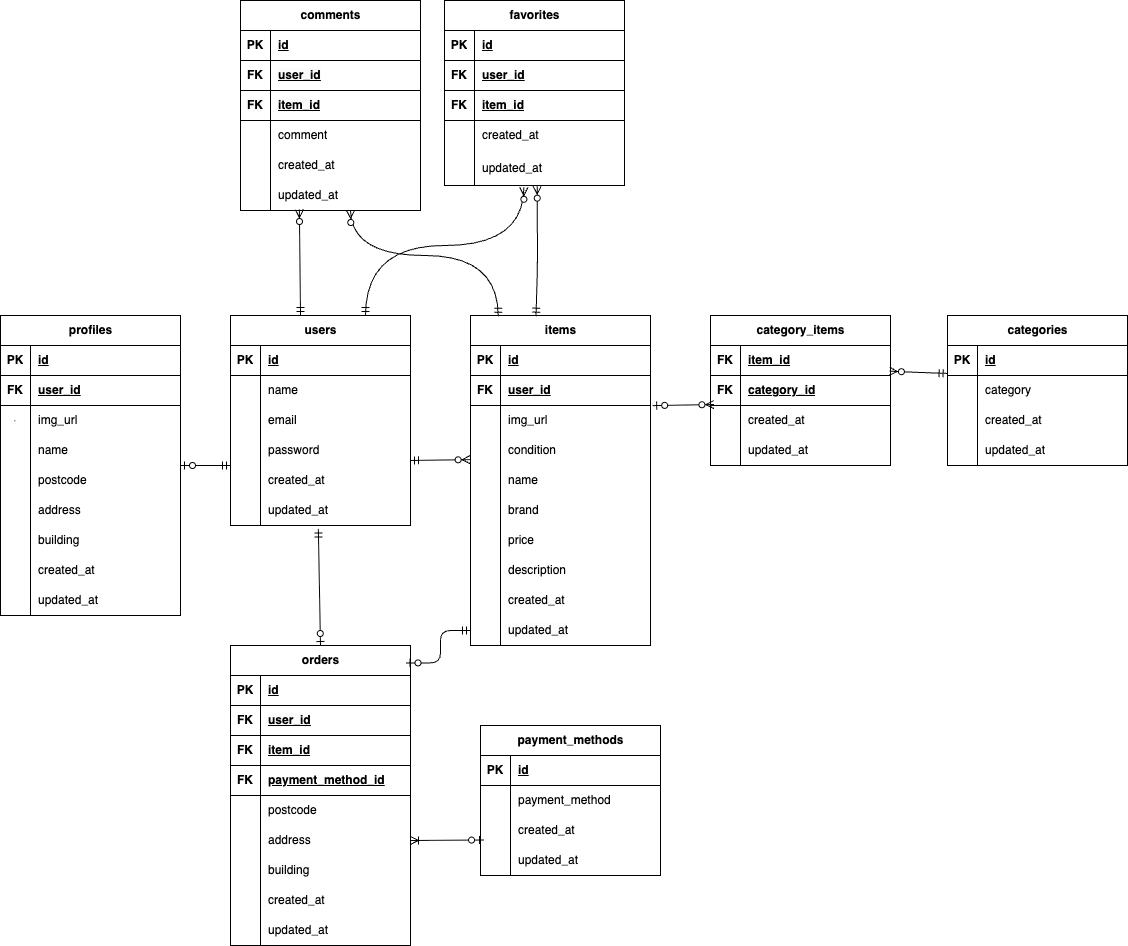
Above: market.drawio.png in irokiyo/market-form (draw.io), before the change. Source tidied: cells renumbered, new cells last; positions are measured from the earlier drawing's top-left corner, leaving out a move shared by most shapes.
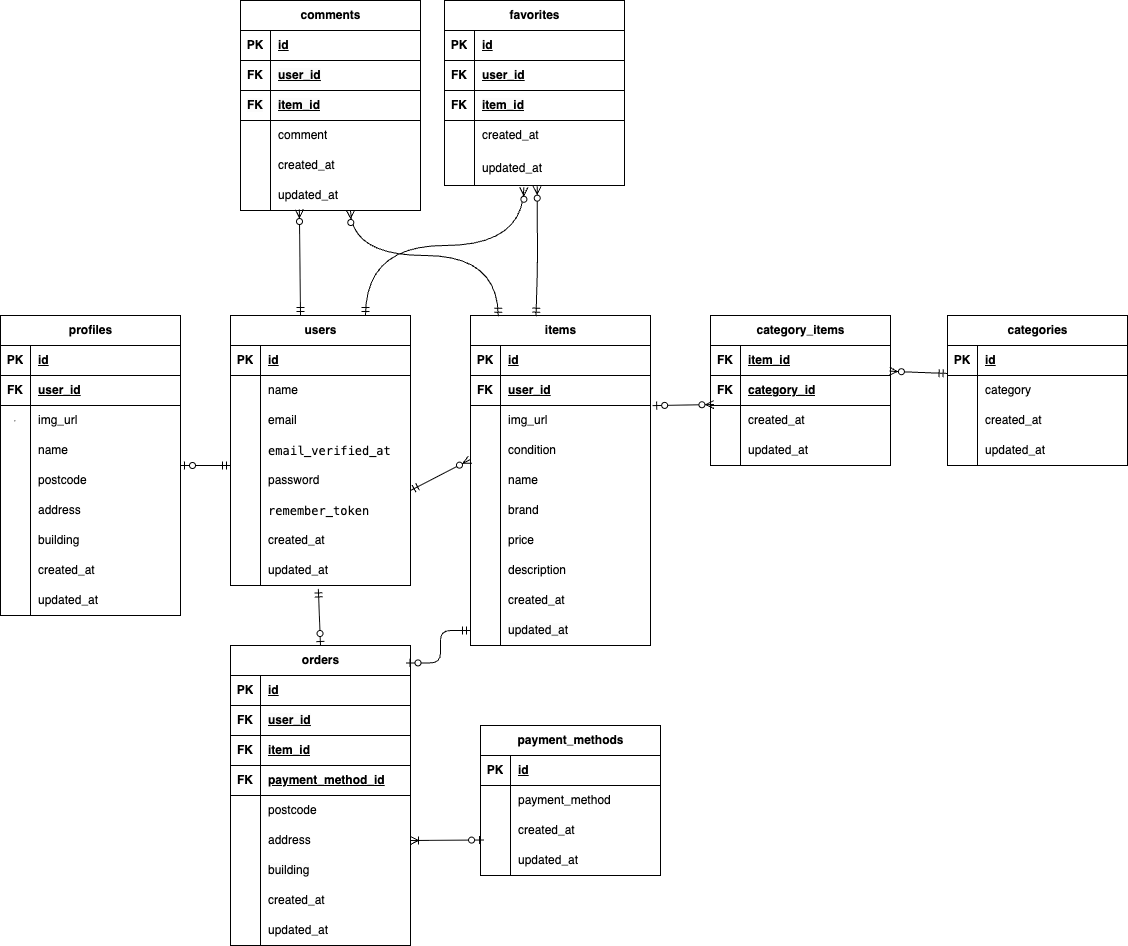
Later version of the same file.

What changed in the source:
```diff
@@ -87,7 +87,7 @@
       <mxGeometry x="30" width="150" height="30" as="geometry" />
     </mxCell>
     <mxCell id="30" value="users" style="shape=table;startSize=30;rowLines=0;fontStyle=1;align=center;html=1;" parent="1" vertex="1">
-      <mxGeometry x="230" y="315" width="180" height="210" as="geometry" />
+      <mxGeometry x="230" y="315" width="180" height="270" as="geometry" />
     </mxCell>
     <mxCell id="31" style="shape=tableRow;horizontal=0;startSize=0;swimlaneHead=0;swimlaneBody=0;fillColor=none;top=0;left=0;right=0;bottom=1;" parent="30" vertex="1">
       <mxGeometry y="30" width="180" height="30" as="geometry" />
@@ -116,8 +116,17 @@
     <mxCell id="39" value="email" style="shape=partialRectangle;fillColor=none;top=0;left=0;bottom=0;right=0;align=left;spacingLeft=6;overflow=hidden;whiteSpace=wrap;html=1;" parent="37" vertex="1">
       <mxGeometry x="30" width="150" height="30" as="geometry" />
     </mxCell>
+    <mxCell id="193" style="shape=tableRow;horizontal=0;startSize=0;swimlaneHead=0;swimlaneBody=0;fillColor=none;top=0;left=0;right=0;bottom=0;" parent="30" vertex="1">
+      <mxGeometry y="120" width="180" height="30" as="geometry" />
+    </mxCell>
+    <mxCell id="194" style="shape=partialRectangle;fillColor=none;top=0;left=0;bottom=0;right=0;overflow=hidden;whiteSpace=wrap;html=1;" parent="193" vertex="1">
+      <mxGeometry width="30" height="30" as="geometry" />
+    </mxCell>
+    <mxCell id="195" value="&lt;div style=&quot;background-color: rgb(255, 255, 255); font-family: Menlo, Monaco, &amp;quot;Courier New&amp;quot;, monospace; line-height: 18px; white-space: pre;&quot;&gt;&lt;span&gt;&lt;font style=&quot;color: rgb(0, 0, 0);&quot;&gt;email_verified_at&lt;/font&gt;&lt;/span&gt;&lt;/div&gt;" style="shape=partialRectangle;fillColor=none;top=0;left=0;bottom=0;right=0;align=left;spacingLeft=6;overflow=hidden;whiteSpace=wrap;html=1;" parent="193" vertex="1">
+      <mxGeometry x="30" width="150" height="30" as="geometry" />
+    </mxCell>
     <mxCell id="40" style="shape=tableRow;horizontal=0;startSize=0;swimlaneHead=0;swimlaneBody=0;fillColor=none;points=[[0,0.5],[1,0.5]];portConstraint=eastwest;top=0;left=0;right=0;bottom=0;" parent="30" vertex="1">
-      <mxGeometry y="120" width="180" height="30" as="geometry" />
+      <mxGeometry y="150" width="180" height="30" as="geometry" />
     </mxCell>
     <mxCell id="41" style="shape=partialRectangle;fillColor=none;top=0;left=0;bottom=0;right=0;overflow=hidden;whiteSpace=wrap;html=1;" parent="40" vertex="1">
       <mxGeometry width="30" height="30" as="geometry" />
@@ -125,8 +134,17 @@
     <mxCell id="42" value="password" style="shape=partialRectangle;fillColor=none;top=0;left=0;bottom=0;right=0;align=left;spacingLeft=6;overflow=hidden;whiteSpace=wrap;html=1;" parent="40" vertex="1">
       <mxGeometry x="30" width="150" height="30" as="geometry" />
     </mxCell>
+    <mxCell id="196" style="shape=tableRow;horizontal=0;startSize=0;swimlaneHead=0;swimlaneBody=0;fillColor=none;top=0;left=0;right=0;bottom=0;" parent="30" vertex="1">
+      <mxGeometry y="180" width="180" height="30" as="geometry" />
+    </mxCell>
+    <mxCell id="197" style="shape=partialRectangle;fillColor=none;top=0;left=0;bottom=0;right=0;overflow=hidden;whiteSpace=wrap;html=1;" parent="196" vertex="1">
+      <mxGeometry width="30" height="30" as="geometry" />
+    </mxCell>
+    <mxCell id="198" value="&lt;div style=&quot;background-color: rgb(255, 255, 255); line-height: 18px;&quot;&gt;&lt;div style=&quot;&quot;&gt;&lt;font style=&quot;color: rgb(0, 0, 0);&quot; face=&quot;Menlo, Monaco, Courier New, monospace&quot;&gt;&lt;span style=&quot;white-space: pre;&quot;&gt;remember_token&lt;/span&gt;&lt;/font&gt;&lt;/div&gt;&lt;/div&gt;" style="shape=partialRectangle;fillColor=none;top=0;left=0;bottom=0;right=0;align=left;spacingLeft=6;overflow=hidden;whiteSpace=wrap;html=1;" parent="196" vertex="1">
+      <mxGeometry x="30" width="150" height="30" as="geometry" />
+    </mxCell>
     <mxCell id="43" style="shape=tableRow;horizontal=0;startSize=0;swimlaneHead=0;swimlaneBody=0;fillColor=none;top=0;left=0;right=0;bottom=0;" parent="30" vertex="1">
-      <mxGeometry y="150" width="180" height="30" as="geometry" />
+      <mxGeometry y="210" width="180" height="30" as="geometry" />
     </mxCell>
     <mxCell id="44" style="shape=partialRectangle;fillColor=none;top=0;left=0;bottom=0;right=0;overflow=hidden;whiteSpace=wrap;html=1;" parent="43" vertex="1">
       <mxGeometry width="30" height="30" as="geometry" />
@@ -135,7 +153,7 @@
       <mxGeometry x="30" width="150" height="30" as="geometry" />
     </mxCell>
     <mxCell id="46" style="shape=tableRow;horizontal=0;startSize=0;swimlaneHead=0;swimlaneBody=0;fillColor=none;points=[[0,0.5],[1,0.5]];portConstraint=eastwest;top=0;left=0;right=0;bottom=0;" parent="30" vertex="1">
-      <mxGeometry y="180" width="180" height="30" as="geometry" />
+      <mxGeometry y="240" width="180" height="30" as="geometry" />
     </mxCell>
     <mxCell id="47" style="shape=partialRectangle;fillColor=none;top=0;left=0;bottom=0;right=0;overflow=hidden;whiteSpace=wrap;html=1;" parent="46" vertex="1">
       <mxGeometry width="30" height="30" as="geometry" />
```
